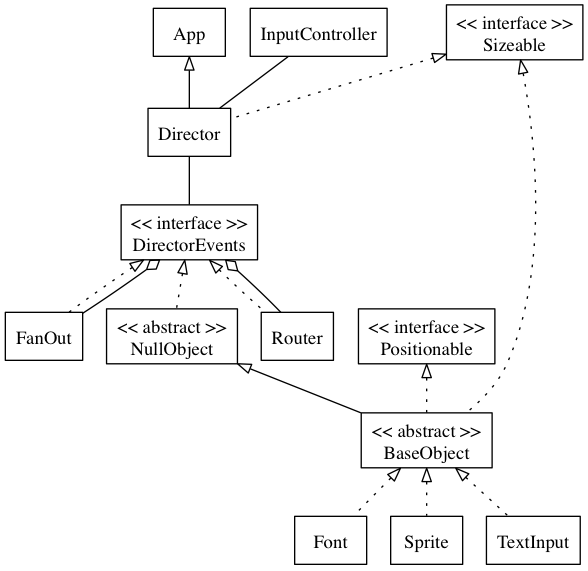
Before: docs/class_diagram.png, a diagram exported from Graphviz (michaelcontento/bono). Its source is kept beside it as docs/class_diagram.dot.
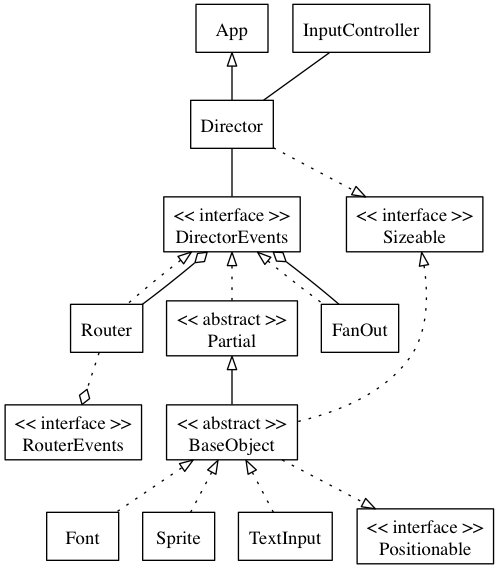
Later version of the same file.

Commit message:
Class diagram updated

What changed in the source:
```diff
@@ -4,13 +4,14 @@
     subgraph extends {
         edge [dir=back, arrowtail=onormal]
         App -> Director [weight=8]
-        NullObject -> BaseObject
+        Partial -> BaseObject [weight=8]
     }
 
     subgraph aggregations {
         edge [arrowhead=odiamond]
         FanOut -> DirectorEvents
         Router -> DirectorEvents
+        Router -> RouterEvents [style=dotted]
     }
 
     subgraph relations {
@@ -20,21 +21,22 @@
     }
 
     subgraph implements {
-        edge [style=dotted, dir=back, arrowtail=onormal]
+        edge [style=dotted, dir=back, arrowtail=onormal, arrowhead=onormal]
         BaseObject -> Font
         BaseObject -> Sprite
         BaseObject -> TextInput
         DirectorEvents -> FanOut
-        DirectorEvents -> NullObject
+        DirectorEvents -> Partial [weight=8]
         DirectorEvents -> Router
-        Positionable -> BaseObject
         Sizeable -> BaseObject
-        Sizeable -> Director
+        BaseObject -> Positionable [dir=normal]
+        Director -> Sizeable [dir=normal]
     }
 
     BaseObject [label="<< abstract >>\nBaseObject"]
     DirectorEvents [label="<< interface >>\nDirectorEvents"]
-    NullObject [label="<< abstract >>\nNullObject"]
+    RouterEvents [label="<< interface >>\nRouterEvents"]
+    Partial [label="<< abstract >>\nPartial"]
     Positionable [label="<< interface >>\nPositionable"]
     Sizeable [label="<< interface >>\nSizeable"]
 }
```
